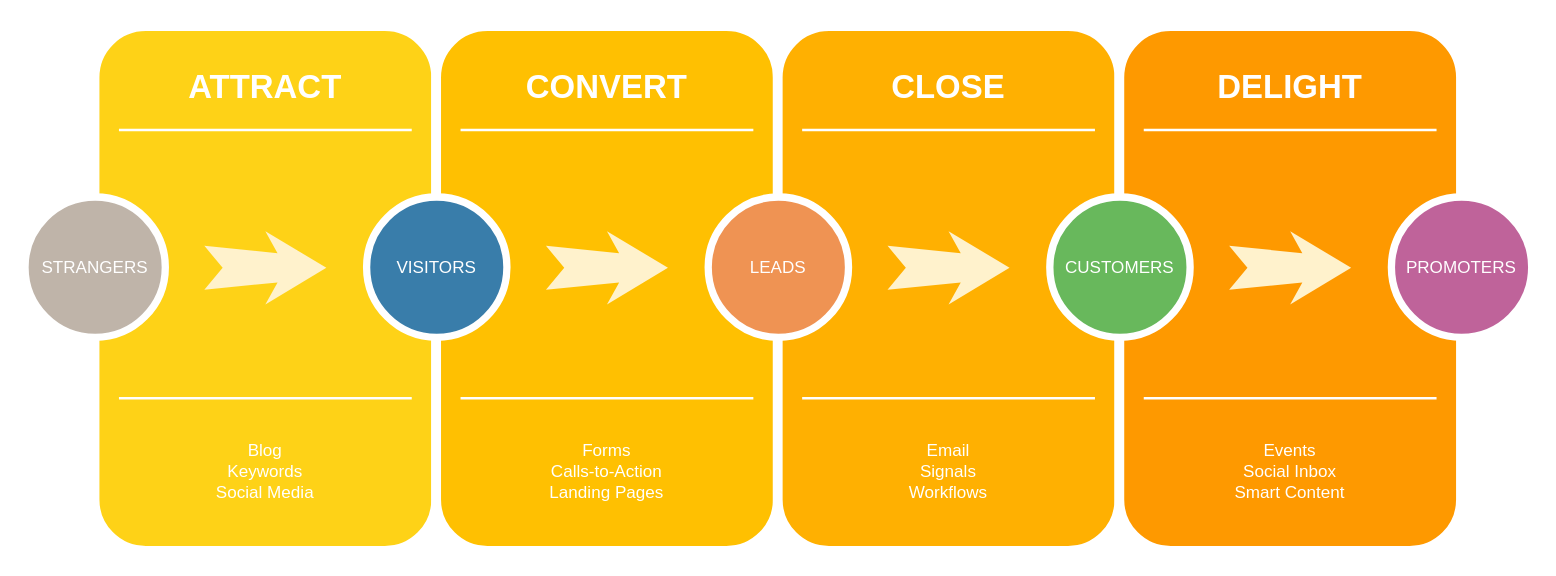
This is 未命名绘图.drawio from MrXnneHang/drawio, a draw.io file, before an edit. Source tidied: cells renumbered, new cells numbered last; positions are measured from the earlier drawing's top-left corner, leaving out a move shared by most shapes. Both pictures are drawn from the tidied source at 122%, with x=0, y=0 at pixel (24, 26).
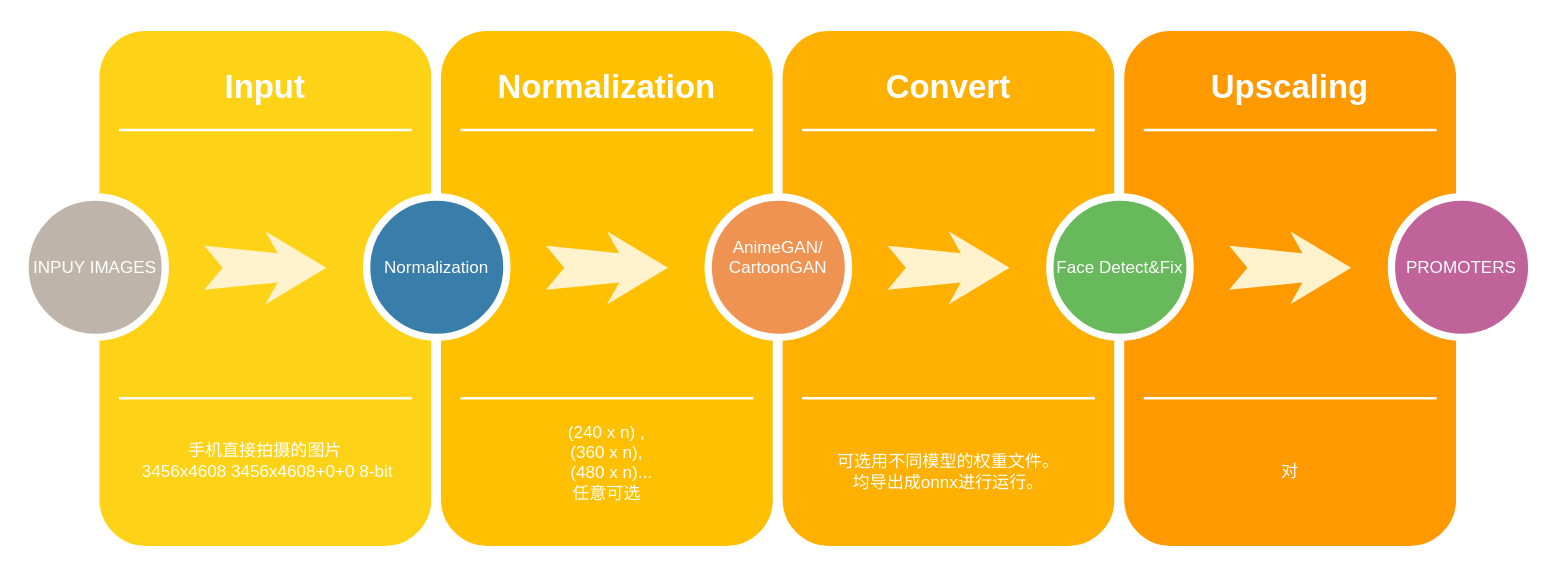
The same page after the edit.

Commit message:
更新未命名绘图.drawio

Diff of the diagram source:
```diff
@@
-    <mxCell id="3" value="ATTRACT" style="text;html=1;strokeColor=none;fillColor=none;align=center;verticalAlign=middle;whiteSpace=wrap;rounded=0;shadow=0;fontSize=27;fontColor=#FFFFFF;fontStyle=1;" parent="1" vertex="1">
+    <mxCell id="3" value="Input" style="text;html=1;strokeColor=none;fillColor=none;align=center;verticalAlign=middle;whiteSpace=wrap;rounded=0;shadow=0;fontSize=27;fontColor=#FFFFFF;fontStyle=1;" parent="1" vertex="1">
       <mxGeometry x="57" y="20" width="280" height="60" as="geometry" />
     </mxCell>
-    <mxCell id="4" value="Blog&lt;div&gt;Keywords&lt;/div&gt;&lt;div&gt;Social Media&lt;/div&gt;" style="text;html=1;strokeColor=none;fillColor=none;align=center;verticalAlign=middle;whiteSpace=wrap;rounded=0;shadow=0;fontSize=14;fontColor=#FFFFFF;" parent="1" vertex="1">
+    <mxCell id="4" value="手机直接拍摄的图片&lt;div&gt;&amp;nbsp;3456x4608 3456x4608+0+0 8-bit&lt;/div&gt;&lt;div&gt;&lt;br&gt;&lt;/div&gt;" style="text;html=1;strokeColor=none;fillColor=none;align=center;verticalAlign=middle;whiteSpace=wrap;rounded=0;shadow=0;fontSize=14;fontColor=#FFFFFF;" parent="1" vertex="1">
       <mxGeometry x="57" y="320" width="280" height="90" as="geometry" />
     </mxCell>
@@
-    <mxCell id="7" value="STRANGERS" style="ellipse;whiteSpace=wrap;html=1;rounded=0;shadow=0;strokeWidth=6;fontSize=14;align=center;fillColor=#BFB4A9;strokeColor=#FFFFFF;fontColor=#FFFFFF;" parent="1" vertex="1">
+    <mxCell id="7" value="INPUY IMAGES" style="ellipse;whiteSpace=wrap;html=1;rounded=0;shadow=0;strokeWidth=6;fontSize=14;align=center;fillColor=#BFB4A9;strokeColor=#FFFFFF;fontColor=#FFFFFF;" parent="1" vertex="1">
       <mxGeometry y="140" width="115" height="115" as="geometry" />
     </mxCell>
@@
-    <mxCell id="9" style="whiteSpace=wrap;html=1;rounded=1;shadow=0;strokeWidth=8;fontSize=20;align=center;fillColor=#FFC001;strokeColor=#FFFFFF;" parent="1" vertex="1">
+    <mxCell id="9" value="&lt;div style=&quot;color: rgb(255, 255, 255); font-size: 14px;&quot;&gt;&lt;br&gt;&lt;/div&gt;&lt;div style=&quot;color: rgb(255, 255, 255); font-size: 14px;&quot;&gt;&lt;br&gt;&lt;/div&gt;&lt;div style=&quot;color: rgb(255, 255, 255); font-size: 14px;&quot;&gt;&lt;br&gt;&lt;/div&gt;&lt;div style=&quot;color: rgb(255, 255, 255); font-size: 14px;&quot;&gt;&lt;br&gt;&lt;/div&gt;&lt;div style=&quot;color: rgb(255, 255, 255); font-size: 14px;&quot;&gt;&lt;br&gt;&lt;/div&gt;&lt;div style=&quot;color: rgb(255, 255, 255); font-size: 14px;&quot;&gt;&lt;br&gt;&lt;/div&gt;&lt;div style=&quot;color: rgb(255, 255, 255); font-size: 14px;&quot;&gt;&lt;br&gt;&lt;/div&gt;&lt;div style=&quot;color: rgb(255, 255, 255); font-size: 14px;&quot;&gt;&lt;br&gt;&lt;/div&gt;&lt;div style=&quot;color: rgb(255, 255, 255); font-size: 14px;&quot;&gt;&lt;br&gt;&lt;/div&gt;&lt;div style=&quot;color: rgb(255, 255, 255); font-size: 14px;&quot;&gt;&lt;br&gt;&lt;/div&gt;&lt;div style=&quot;color: rgb(255, 255, 255); font-size: 14px;&quot;&gt;&lt;br&gt;&lt;/div&gt;&lt;div style=&quot;color: rgb(255, 255, 255); font-size: 14px;&quot;&gt;&lt;br&gt;&lt;/div&gt;&lt;div style=&quot;color: rgb(255, 255, 255); font-size: 14px;&quot;&gt;&lt;br&gt;&lt;/div&gt;&lt;div style=&quot;color: rgb(255, 255, 255); font-size: 14px;&quot;&gt;&lt;br&gt;&lt;/div&gt;&lt;div style=&quot;color: rgb(255, 255, 255); font-size: 14px;&quot;&gt;&lt;br&gt;&lt;/div&gt;&lt;div style=&quot;color: rgb(255, 255, 255); font-size: 14px;&quot;&gt;&lt;br&gt;&lt;/div&gt;&lt;div style=&quot;color: rgb(255, 255, 255); font-size: 14px;&quot;&gt;&lt;br&gt;&lt;/div&gt;&lt;div style=&quot;color: rgb(255, 255, 255); font-size: 14px;&quot;&gt;(240 x n) ,&lt;/div&gt;&lt;div style=&quot;color: rgb(255, 255, 255); font-size: 14px;&quot;&gt;(360 x n),&lt;/div&gt;&lt;div style=&quot;color: rgb(255, 255, 255); font-size: 14px;&quot;&gt;&amp;nbsp; (480 x n)...&lt;/div&gt;&lt;div style=&quot;color: rgb(255, 255, 255); font-size: 14px;&quot;&gt;任意可选&lt;/div&gt;" style="whiteSpace=wrap;html=1;rounded=1;shadow=0;strokeWidth=8;fontSize=20;align=center;fillColor=#FFC001;strokeColor=#FFFFFF;" parent="1" vertex="1">
       <mxGeometry x="337" width="280" height="430" as="geometry" />
     </mxCell>
-    <mxCell id="10" value="CONVERT" style="text;html=1;strokeColor=none;fillColor=none;align=center;verticalAlign=middle;whiteSpace=wrap;rounded=0;shadow=0;fontSize=27;fontColor=#FFFFFF;fontStyle=1;" parent="1" vertex="1">
+    <mxCell id="10" value="Normalization" style="text;html=1;strokeColor=none;fillColor=none;align=center;verticalAlign=middle;whiteSpace=wrap;rounded=0;shadow=0;fontSize=27;fontColor=#FFFFFF;fontStyle=1;" parent="1" vertex="1">
       <mxGeometry x="337" y="20" width="280" height="60" as="geometry" />
     </mxCell>
-    <mxCell id="11" value="Forms&lt;div&gt;Calls-to-Action&lt;/div&gt;&lt;div&gt;Landing Pages&lt;/div&gt;" style="text;html=1;strokeColor=none;fillColor=none;align=center;verticalAlign=middle;whiteSpace=wrap;rounded=0;shadow=0;fontSize=14;fontColor=#FFFFFF;" parent="1" vertex="1">
-      <mxGeometry x="337" y="320" width="280" height="90" as="geometry" />
-    </mxCell>
@@
-    <mxCell id="14" value="VISITORS" style="ellipse;whiteSpace=wrap;html=1;rounded=0;shadow=0;strokeWidth=6;fontSize=14;align=center;fillColor=#397DAA;strokeColor=#FFFFFF;fontColor=#FFFFFF;" parent="1" vertex="1">
+    <mxCell id="14" value="Normalization" style="ellipse;whiteSpace=wrap;html=1;rounded=0;shadow=0;strokeWidth=6;fontSize=14;align=center;fillColor=#397DAA;strokeColor=#FFFFFF;fontColor=#FFFFFF;" parent="1" vertex="1">
       <mxGeometry x="280" y="140" width="115" height="115" as="geometry" />
     </mxCell>
@@
-    <mxCell id="17" value="CLOSE" style="text;html=1;strokeColor=none;fillColor=none;align=center;verticalAlign=middle;whiteSpace=wrap;rounded=0;shadow=0;fontSize=27;fontColor=#FFFFFF;fontStyle=1;" parent="1" vertex="1">
+    <mxCell id="17" value="Convert" style="text;html=1;strokeColor=none;fillColor=none;align=center;verticalAlign=middle;whiteSpace=wrap;rounded=0;shadow=0;fontSize=27;fontColor=#FFFFFF;fontStyle=1;" parent="1" vertex="1">
       <mxGeometry x="617" y="20" width="280" height="60" as="geometry" />
     </mxCell>
-    <mxCell id="18" value="Email&lt;div&gt;Signals&lt;/div&gt;&lt;div&gt;Workflows&lt;/div&gt;" style="text;html=1;strokeColor=none;fillColor=none;align=center;verticalAlign=middle;whiteSpace=wrap;rounded=0;shadow=0;fontSize=14;fontColor=#FFFFFF;" parent="1" vertex="1">
+    <mxCell id="18" value="可选用不同模型的权重文件。&lt;div&gt;均导出成onnx进行运行。&lt;/div&gt;" style="text;html=1;strokeColor=none;fillColor=none;align=center;verticalAlign=middle;whiteSpace=wrap;rounded=0;shadow=0;fontSize=14;fontColor=#FFFFFF;" parent="1" vertex="1">
       <mxGeometry x="617" y="320" width="280" height="90" as="geometry" />
     </mxCell>
@@
-    <mxCell id="21" value="LEADS" style="ellipse;whiteSpace=wrap;html=1;rounded=0;shadow=0;strokeWidth=6;fontSize=14;align=center;fillColor=#EF9353;strokeColor=#FFFFFF;fontColor=#FFFFFF;" parent="1" vertex="1">
+    <mxCell id="21" value="AnimeGAN/&lt;div&gt;CartoonGAN&lt;/div&gt;&lt;div&gt;&lt;div&gt;&lt;br&gt;&lt;/div&gt;&lt;/div&gt;" style="ellipse;whiteSpace=wrap;html=1;rounded=0;shadow=0;strokeWidth=6;fontSize=14;align=center;fillColor=#EF9353;strokeColor=#FFFFFF;fontColor=#FFFFFF;" parent="1" vertex="1">
       <mxGeometry x="560" y="140" width="115" height="115" as="geometry" />
     </mxCell>
@@
-    <mxCell id="24" value="DELIGHT" style="text;html=1;strokeColor=none;fillColor=none;align=center;verticalAlign=middle;whiteSpace=wrap;rounded=0;shadow=0;fontSize=27;fontColor=#FFFFFF;fontStyle=1;" parent="1" vertex="1">
+    <mxCell id="24" value="Upscaling" style="text;html=1;strokeColor=none;fillColor=none;align=center;verticalAlign=middle;whiteSpace=wrap;rounded=0;shadow=0;fontSize=27;fontColor=#FFFFFF;fontStyle=1;" parent="1" vertex="1">
       <mxGeometry x="897" y="20" width="280" height="60" as="geometry" />
     </mxCell>
-    <mxCell id="25" value="Events&lt;div&gt;Social Inbox&lt;/div&gt;&lt;div&gt;Smart Content&lt;/div&gt;" style="text;html=1;strokeColor=none;fillColor=none;align=center;verticalAlign=middle;whiteSpace=wrap;rounded=0;shadow=0;fontSize=14;fontColor=#FFFFFF;" parent="1" vertex="1">
+    <mxCell id="25" value="对" style="text;html=1;strokeColor=none;fillColor=none;align=center;verticalAlign=middle;whiteSpace=wrap;rounded=0;shadow=0;fontSize=14;fontColor=#FFFFFF;" parent="1" vertex="1">
       <mxGeometry x="897" y="320" width="280" height="90" as="geometry" />
     </mxCell>
@@
-    <mxCell id="28" value="CUSTOMERS" style="ellipse;whiteSpace=wrap;html=1;rounded=0;shadow=0;strokeWidth=6;fontSize=14;align=center;fillColor=#68B85C;strokeColor=#FFFFFF;fontColor=#FFFFFF;" parent="1" vertex="1">
+    <mxCell id="28" value="Face Detect&amp;amp;Fix" style="ellipse;whiteSpace=wrap;html=1;rounded=0;shadow=0;strokeWidth=6;fontSize=14;align=center;fillColor=#68B85C;strokeColor=#FFFFFF;fontColor=#FFFFFF;" parent="1" vertex="1">
       <mxGeometry x="840" y="140" width="115" height="115" as="geometry" />
     </mxCell>
```
